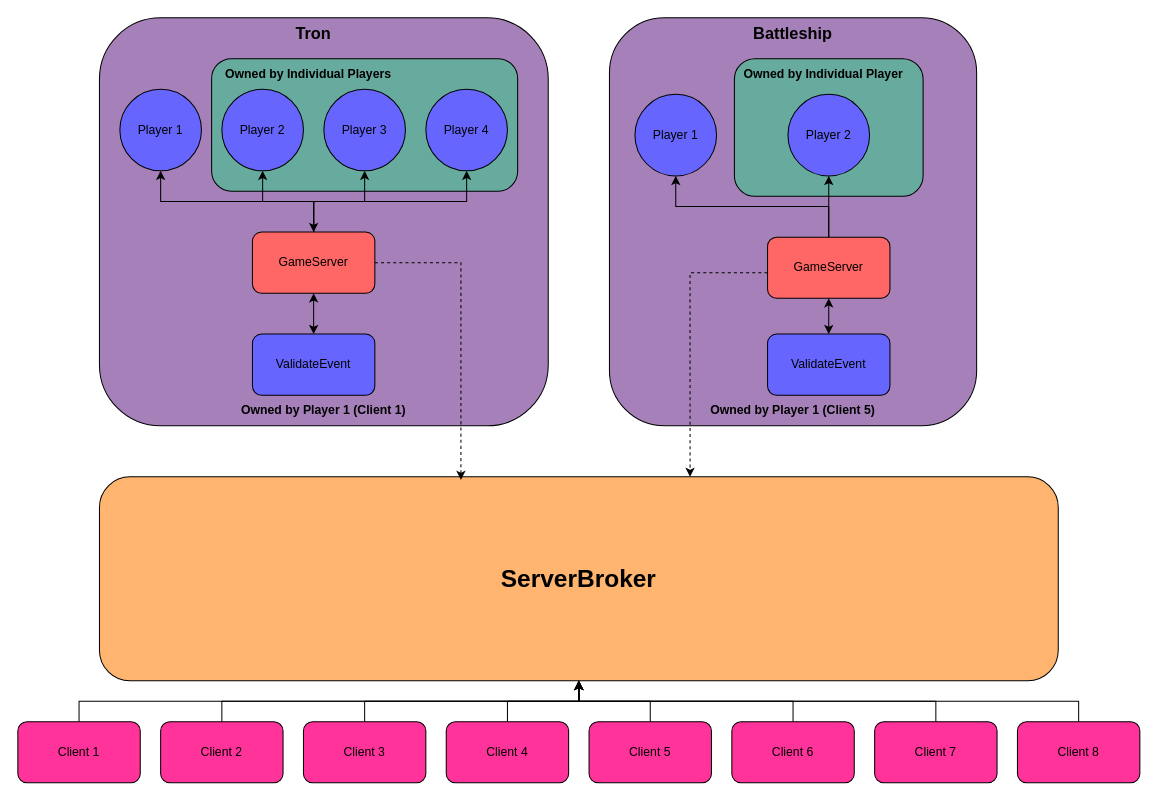
The draw.io diagram topology/HalligameTopology.drawio in cole-glotfelty/Halligame, before the edit. Source tidied: cells renumbered, new cells numbered last; positions are measured from the earlier drawing's top-left corner, leaving out a move shared by most shapes. Both pictures are drawn from the tidied source at 102%, with x=0, y=0 at pixel (17, 17).
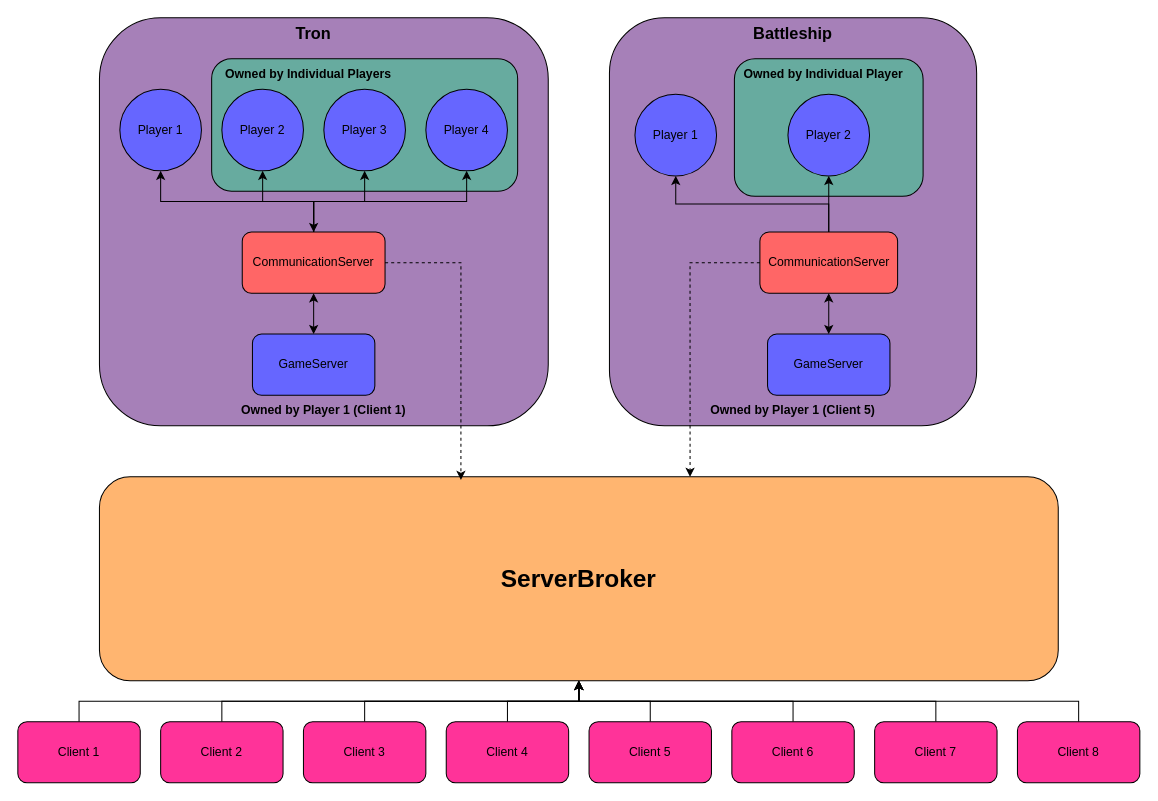
The same diagram, later.

Commit message (it also covers changes not shown here):
topology diagrams updated

Unchanged cells that the change refers to:
```xml
<mxCell id="24" value="&lt;font style=&quot;font-size: 24px;&quot;&gt;&lt;b&gt;ServerBroker&lt;/b&gt;&lt;/font&gt;" style="rounded=1;whiteSpace=wrap;html=1;fillColor=#FFB570;" parent="1" vertex="1">
  <mxGeometry x="80" y="450" width="940" height="200" as="geometry" />
</mxCell>
```

The edit, as a diff of the source:
```diff
@@
-    <mxCell id="9" value="GameServer" style="rounded=1;whiteSpace=wrap;html=1;fillColor=#FF6666;" parent="1" vertex="1">
-      <mxGeometry x="230" y="210" width="120" height="60" as="geometry" />
+    <mxCell id="9" value="CommunicationServer" style="rounded=1;whiteSpace=wrap;html=1;fillColor=#FF6666;" parent="1" vertex="1">
+      <mxGeometry x="220" y="210" width="140" height="60" as="geometry" />
     </mxCell>
@@
-    <mxCell id="11" value="ValidateEvent" style="rounded=1;whiteSpace=wrap;html=1;fillColor=#6666FF;" parent="1" vertex="1">
+    <mxCell id="11" value="GameServer" style="rounded=1;whiteSpace=wrap;html=1;fillColor=#6666FF;" parent="1" vertex="1">
       <mxGeometry x="230" y="310" width="120" height="60" as="geometry" />
     </mxCell>
@@
-    <mxCell id="19" value="GameServer" style="rounded=1;whiteSpace=wrap;html=1;fillColor=#FF6666;" parent="1" vertex="1">
-      <mxGeometry x="735" y="215" width="120" height="60" as="geometry" />
+    <mxCell id="19" value="CommunicationServer" style="rounded=1;whiteSpace=wrap;html=1;fillColor=#FF6666;" parent="1" vertex="1">
+      <mxGeometry x="727.5" y="210" width="135" height="60" as="geometry" />
     </mxCell>
@@
-    <mxCell id="21" value="ValidateEvent" style="rounded=1;whiteSpace=wrap;html=1;fillColor=#6666FF;" parent="1" vertex="1">
+    <mxCell id="21" value="GameServer" style="rounded=1;whiteSpace=wrap;html=1;fillColor=#6666FF;" parent="1" vertex="1">
       <mxGeometry x="735" y="310" width="120" height="60" as="geometry" />
     </mxCell>
@@
     <mxCell id="25" style="edgeStyle=orthogonalEdgeStyle;rounded=0;jettySize=auto;html=1;entryX=0.616;entryY=0;entryDx=0;entryDy=0;entryPerimeter=0;dashed=1;" parent="1" edge="1" source="19" target="24">
       <mxGeometry relative="1" as="geometry">
         <Array as="points">
-          <mxPoint x="659" y="250" />
+          <mxPoint x="659" y="240" />
         </Array>
       </mxGeometry>
     </mxCell>
```
